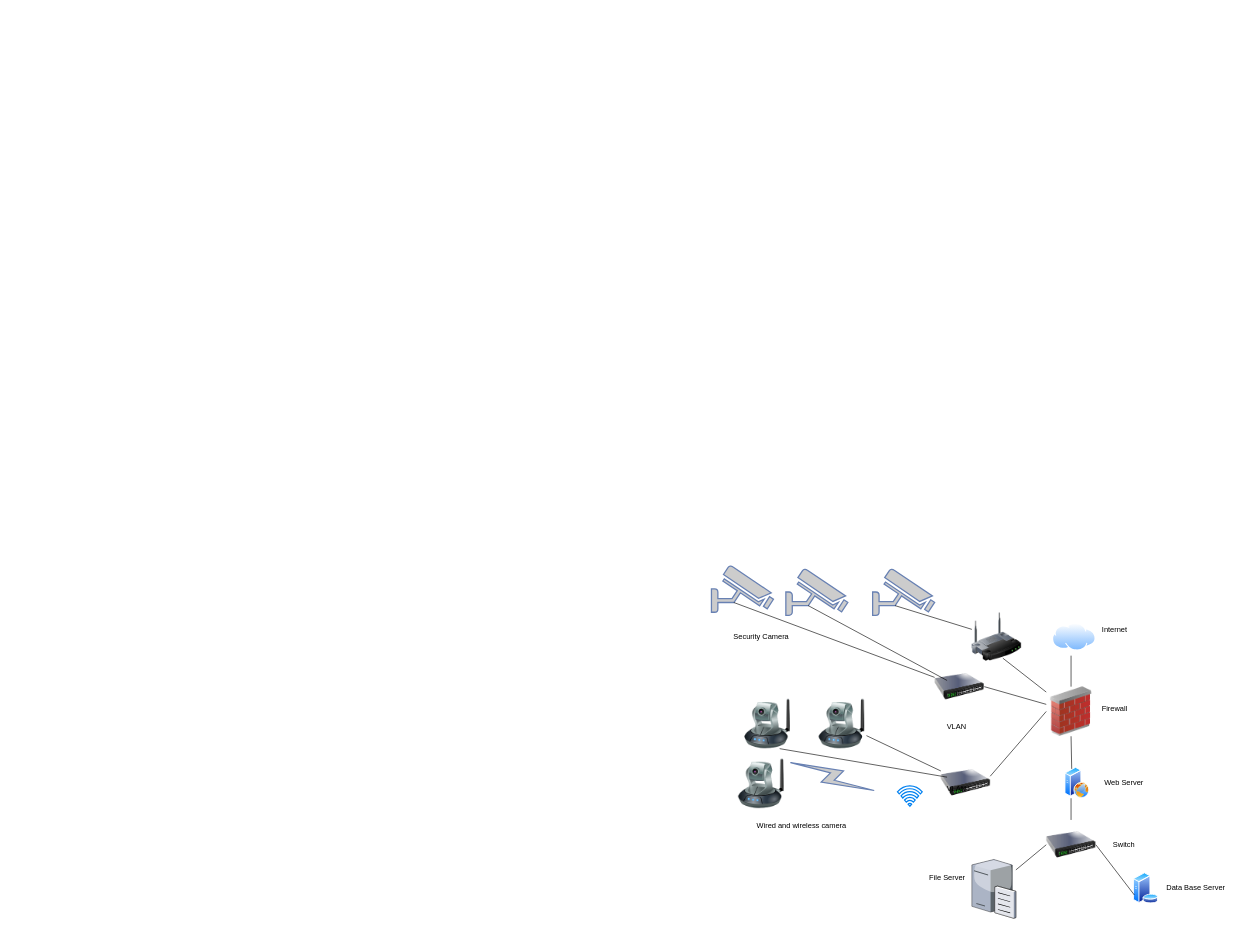
Above: Group.drawio in tamir-cqu/diagrams (draw.io), before the change. Source tidied: cells renumbered, new cells numbered last; positions are measured from the earlier drawing's top-left corner, leaving out a move shared by most shapes. Both pictures are drawn from the tidied source at 62%, with x=0, y=0 at pixel (711, 565).
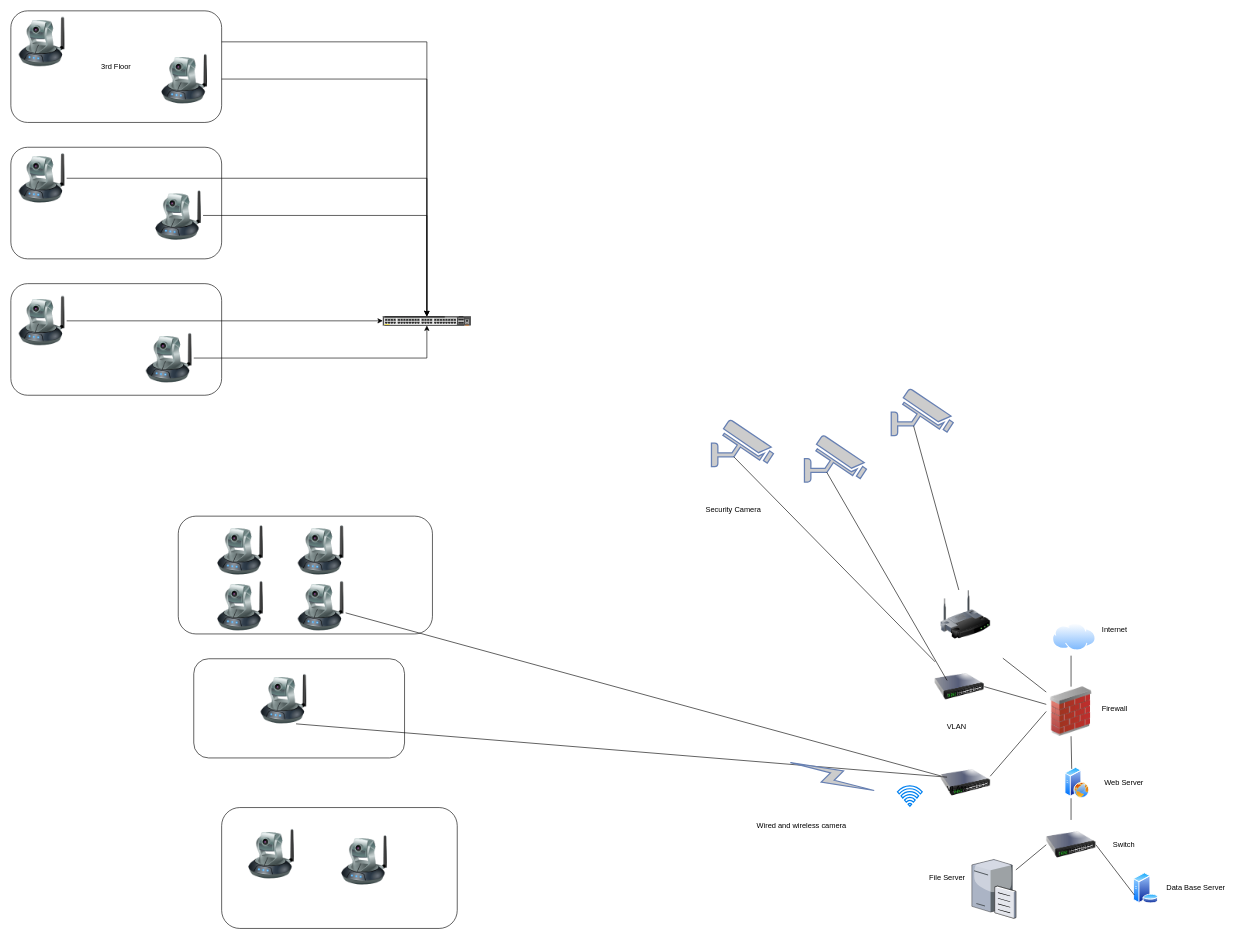
After the change.

What changed in the source:
```diff
@@
+    <mxCell id="42" style="rounded=1;whiteSpace=wrap;html=1;" parent="1" vertex="1">
+      <mxGeometry x="-790" y="390" width="380" height="195" as="geometry" />
+    </mxCell>
+    <mxCell id="43" style="rounded=1;whiteSpace=wrap;html=1;" parent="1" vertex="1">
+      <mxGeometry x="-835" y="150" width="340" height="160" as="geometry" />
+    </mxCell>
+    <mxCell id="44" style="rounded=1;whiteSpace=wrap;html=1;" parent="1" vertex="1">
+      <mxGeometry x="-860" y="-80" width="410" height="190" as="geometry" />
+    </mxCell>
+    <mxCell id="45" style="rounded=1;whiteSpace=wrap;html=1;" parent="1" vertex="1">
+      <mxGeometry x="-1130" y="-455" width="340" height="180" as="geometry" />
+    </mxCell>
+    <mxCell id="46" style="rounded=1;whiteSpace=wrap;html=1;" parent="1" vertex="1">
+      <mxGeometry x="-1130" y="-675" width="340" height="180" as="geometry" />
+    </mxCell>
@@
     <mxCell id="23" style="image;html=1;image=img/lib/clip_art/networking/Ip_Camera_128x128.png;" parent="1" vertex="1">
-      <mxGeometry x="170" y="215" width="80" height="80" as="geometry" />
+      <mxGeometry x="-670" y="25" width="80" height="80" as="geometry" />
     </mxCell>
     <mxCell id="24" style="image;html=1;image=img/lib/clip_art/networking/Ip_Camera_128x128.png;" parent="1" vertex="1">
-      <mxGeometry x="50" y="215" width="80" height="80" as="geometry" />
+      <mxGeometry x="-730" y="175" width="80" height="80" as="geometry" />
     </mxCell>
     <mxCell id="25" style="fontColor=#0066CC;verticalAlign=top;verticalLabelPosition=bottom;labelPosition=center;align=center;html=1;outlineConnect=0;fillColor=#CCCCCC;strokeColor=#6881B3;gradientColor=none;gradientDirection=north;strokeWidth=2;shape=mxgraph.networks.security_camera;" parent="1" vertex="1">
-      <mxGeometry x="120" y="5" width="100" height="75" as="geometry" />
+      <mxGeometry x="150" y="-210" width="100" height="75" as="geometry" />
     </mxCell>
     <mxCell id="26" style="fontColor=#0066CC;verticalAlign=top;verticalLabelPosition=bottom;labelPosition=center;align=center;html=1;outlineConnect=0;fillColor=#CCCCCC;strokeColor=#6881B3;gradientColor=none;gradientDirection=north;strokeWidth=2;shape=mxgraph.networks.security_camera;" parent="1" vertex="1">
-      <mxGeometry x="260" y="5" width="100" height="75" as="geometry" />
+      <mxGeometry x="290" y="-285" width="100" height="75" as="geometry" />
     </mxCell>
     <mxCell id="27" style="fontColor=#0066CC;verticalAlign=top;verticalLabelPosition=bottom;labelPosition=center;align=center;html=1;outlineConnect=0;fillColor=#CCCCCC;strokeColor=#6881B3;gradientColor=none;gradientDirection=north;strokeWidth=2;shape=mxgraph.networks.security_camera;" parent="1" vertex="1">
-      <mxGeometry width="100" height="75" as="geometry" />
+      <mxGeometry y="-235" width="100" height="75" as="geometry" />
     </mxCell>
     <mxCell id="28" style="image;html=1;image=img/lib/clip_art/networking/Ip_Camera_128x128.png;" parent="1" vertex="1">
-      <mxGeometry x="40" y="311.5" width="80" height="80" as="geometry" />
+      <mxGeometry x="-750" y="425" width="80" height="80" as="geometry" />
     </mxCell>
@@
     <mxCell id="30" value="Security Camera" style="text;html=1;align=center;verticalAlign=middle;strokeColor=none;fillColor=none;" parent="1" vertex="1">
-      <mxGeometry x="25" y="100" width="110" height="30" as="geometry" />
+      <mxGeometry x="-20" y="-105" width="110" height="30" as="geometry" />
     </mxCell>
@@
     <mxCell id="39" style="image;html=1;image=img/lib/clip_art/networking/Wireless_Router_128x128.png;" parent="1" vertex="1">
-      <mxGeometry x="420" y="75" width="80" height="80" as="geometry" />
+      <mxGeometry x="370" y="39.1" width="80" height="80" as="geometry" />
     </mxCell>
@@
+    <mxCell id="47" style="image;html=1;image=img/lib/clip_art/networking/Ip_Camera_128x128.png;" parent="1" vertex="1">
+      <mxGeometry x="-670" y="-65" width="80" height="80" as="geometry" />
+    </mxCell>
+    <mxCell id="48" style="image;html=1;image=img/lib/clip_art/networking/Ip_Camera_128x128.png;" parent="1" vertex="1">
+      <mxGeometry x="-800" y="25" width="80" height="80" as="geometry" />
+    </mxCell>
+    <mxCell id="49" style="image;html=1;image=img/lib/clip_art/networking/Ip_Camera_128x128.png;" parent="1" vertex="1">
+      <mxGeometry x="-800" y="-65" width="80" height="80" as="geometry" />
+    </mxCell>
+    <mxCell id="50" style="edgeStyle=orthogonalEdgeStyle;rounded=0;jettySize=auto;html=1;" parent="1" edge="1" source="51" target="61">
+      <mxGeometry relative="1" as="geometry" />
+    </mxCell>
+    <mxCell id="51" style="image;html=1;image=img/lib/clip_art/networking/Ip_Camera_128x128.png;" parent="1" vertex="1">
+      <mxGeometry x="-1120" y="-435" width="80" height="80" as="geometry" />
+    </mxCell>
+    <mxCell id="52" style="edgeStyle=orthogonalEdgeStyle;rounded=0;jettySize=auto;html=1;" parent="1" edge="1" source="53" target="61">
+      <mxGeometry relative="1" as="geometry" />
+    </mxCell>
+    <mxCell id="53" style="image;html=1;image=img/lib/clip_art/networking/Ip_Camera_128x128.png;" parent="1" vertex="1">
+      <mxGeometry x="-1120" y="-665" width="80" height="80" as="geometry" />
+    </mxCell>
+    <mxCell id="54" style="edgeStyle=orthogonalEdgeStyle;rounded=0;jettySize=auto;html=1;" parent="1" edge="1" source="55" target="61">
+      <mxGeometry relative="1" as="geometry" />
+    </mxCell>
+    <mxCell id="55" style="image;html=1;image=img/lib/clip_art/networking/Ip_Camera_128x128.png;" parent="1" vertex="1">
+      <mxGeometry x="-900" y="-605" width="80" height="80" as="geometry" />
+    </mxCell>
+    <mxCell id="56" style="edgeStyle=orthogonalEdgeStyle;rounded=0;jettySize=auto;html=1;" parent="1" edge="1" source="65" target="61">
+      <mxGeometry relative="1" as="geometry" />
+    </mxCell>
+    <mxCell id="57" style="edgeStyle=orthogonalEdgeStyle;rounded=0;jettySize=auto;html=1;" parent="1" edge="1" source="66" target="61">
+      <mxGeometry relative="1" as="geometry" />
+    </mxCell>
+    <mxCell id="58" style="edgeStyle=orthogonalEdgeStyle;rounded=0;jettySize=auto;html=1;" parent="1" edge="1" source="59" target="61">
+      <mxGeometry relative="1" as="geometry" />
+    </mxCell>
+    <mxCell id="59" style="image;html=1;image=img/lib/clip_art/networking/Ip_Camera_128x128.png;" parent="1" vertex="1">
+      <mxGeometry x="-915" y="-375" width="80" height="80" as="geometry" />
+    </mxCell>
+    <mxCell id="60" style="image;html=1;image=img/lib/clip_art/networking/Ip_Camera_128x128.png;" parent="1" vertex="1">
+      <mxGeometry x="-600" y="435" width="80" height="80" as="geometry" />
+    </mxCell>
+    <mxCell id="61" style="html=1;verticalLabelPosition=bottom;verticalAlign=top;outlineConnect=0;shadow=0;dashed=0;shape=mxgraph.rack.hpe_aruba.switches.jl659a_aruba_6300m_48_port_hpe_smart_rate_1_2_5_5gbe_class_6_poe_and_4_port_switch;" parent="1" vertex="1">
+      <mxGeometry x="-530" y="-402.5" width="142" height="15" as="geometry" />
+    </mxCell>
+    <mxCell id="62" style="group;" parent="1" vertex="1">
+      <mxGeometry x="-1130" y="-895" width="340" height="180" as="geometry" />
+    </mxCell>
+    <mxCell id="63" style="group;" parent="62" vertex="1">
+      <mxGeometry width="340" height="180" as="geometry" />
+    </mxCell>
+    <mxCell id="64" style="rounded=1;whiteSpace=wrap;html=1;" parent="63" vertex="1">
+      <mxGeometry width="340" height="180" as="geometry" />
+    </mxCell>
+    <mxCell id="65" style="image;html=1;image=img/lib/clip_art/networking/Ip_Camera_128x128.png;" parent="63" vertex="1">
+      <mxGeometry x="10" y="10" width="80" height="80" as="geometry" />
+    </mxCell>
+    <mxCell id="66" style="image;html=1;image=img/lib/clip_art/networking/Ip_Camera_128x128.png;" parent="63" vertex="1">
+      <mxGeometry x="240" y="70" width="80" height="80" as="geometry" />
+    </mxCell>
+    <mxCell id="67" value="3rd Floor" style="text;html=1;strokeColor=none;fillColor=none;align=center;verticalAlign=middle;whiteSpace=wrap;rounded=0;" parent="62" vertex="1">
+      <mxGeometry x="140" y="75" width="60" height="30" as="geometry" />
+    </mxCell>
```
